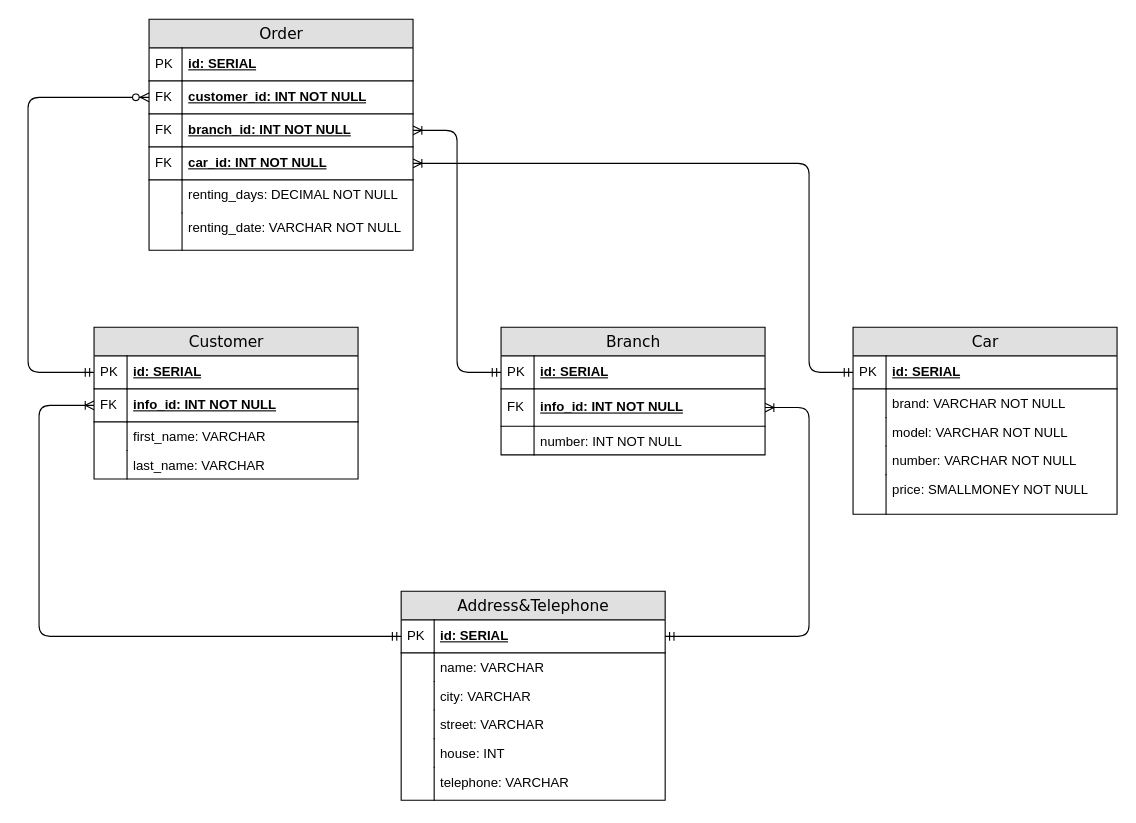
Before: databases/car-branches/3NF.drawio in banchinche/python-education, a draw.io diagram. Source tidied: cells renumbered, new cells numbered last; positions are measured from the earlier drawing's top-left corner, leaving out a move shared by most shapes. Both pictures are drawn from the tidied source at 110%, with x=0, y=0 at pixel (28, 19).
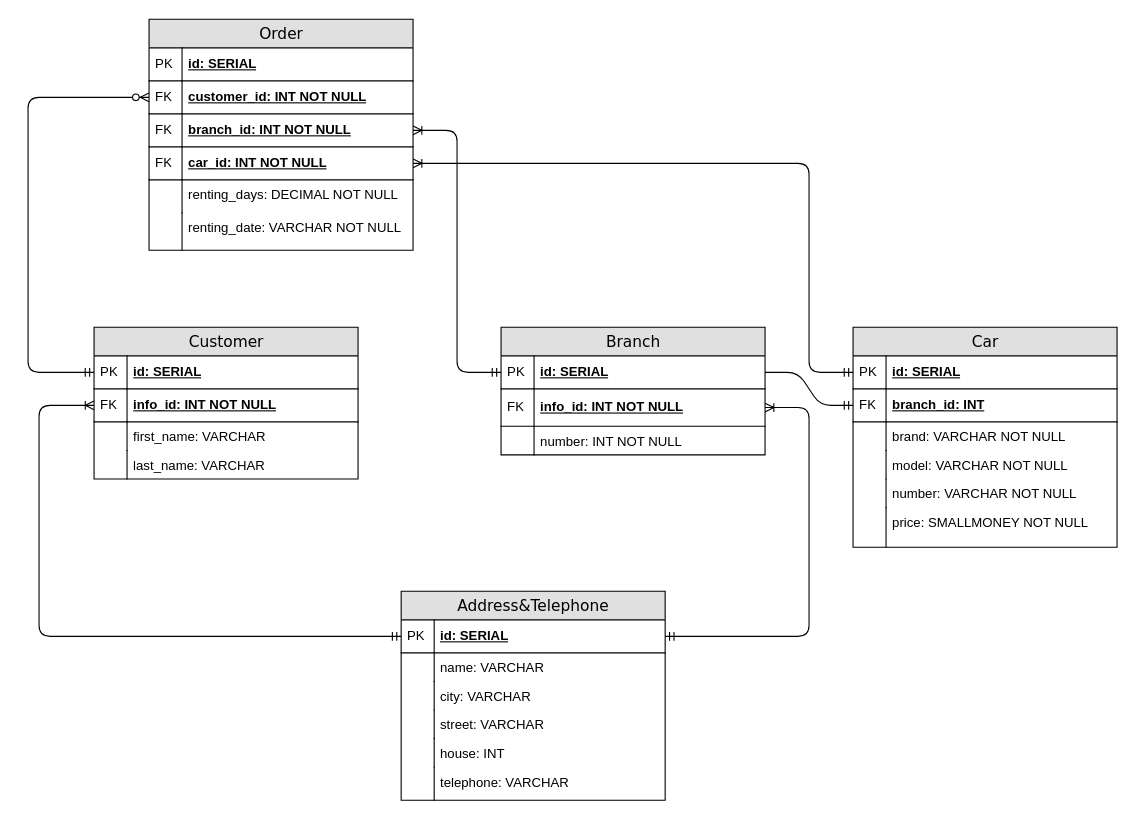
The same diagram, later.

Commit message:
Added branch relation to car entity

The change refers to these unchanged cells:
```xml
<mxCell id="3" value="id: SERIAL" style="shape=partialRectangle;top=0;left=0;right=0;bottom=1;html=1;align=left;verticalAlign=middle;fillColor=none;spacingLeft=34;spacingRight=4;whiteSpace=wrap;overflow=hidden;points=[[0,0.5],[1,0.5]];portConstraint=eastwest;fontStyle=5;" parent="2" vertex="1">
  <mxGeometry y="26" width="240" height="30" as="geometry" />
</mxCell>
```

What changed in the source:
```diff
@@
     <mxCell id="9" value="Car" style="swimlane;html=1;fontStyle=0;horizontal=1;startSize=26;fillColor=#e0e0e0;swimlaneFillColor=#ffffff;align=center;rounded=0;shadow=0;comic=0;labelBackgroundColor=none;strokeWidth=1;fontFamily=Verdana;fontSize=14;swimlaneLine=1;" parent="1" vertex="1">
-      <mxGeometry x="750" y="280" width="240" height="170" as="geometry" />
+      <mxGeometry x="750" y="280" width="240" height="200" as="geometry" />
     </mxCell>
@@
+    <mxCell id="60" value="branch_id: INT" style="shape=partialRectangle;top=0;left=0;right=0;bottom=1;html=1;align=left;verticalAlign=middle;fillColor=none;spacingLeft=34;spacingRight=4;whiteSpace=wrap;overflow=hidden;points=[[0,0.5],[1,0.5]];portConstraint=eastwest;fontStyle=5;" parent="9" vertex="1">
+      <mxGeometry y="56" width="240" height="30" as="geometry" />
+    </mxCell>
+    <mxCell id="61" value="FK" style="shape=partialRectangle;top=0;left=0;bottom=0;html=1;fillColor=none;align=left;verticalAlign=middle;spacingLeft=4;spacingRight=4;whiteSpace=wrap;overflow=hidden;" parent="60" vertex="1">
+      <mxGeometry width="30" height="30" as="geometry" />
+    </mxCell>
     <mxCell id="12" value="brand: VARCHAR NOT NULL" style="shape=partialRectangle;top=0;left=0;right=0;bottom=0;html=1;align=left;verticalAlign=top;fillColor=none;spacingLeft=34;spacingRight=4;whiteSpace=wrap;overflow=hidden;" parent="9" vertex="1">
-      <mxGeometry y="56" width="240" height="26" as="geometry" />
+      <mxGeometry y="86" width="240" height="26" as="geometry" />
     </mxCell>
@@
     <mxCell id="14" value="model: VARCHAR NOT NULL" style="shape=partialRectangle;top=0;left=0;right=0;bottom=0;html=1;align=left;verticalAlign=top;fillColor=none;spacingLeft=34;spacingRight=4;whiteSpace=wrap;overflow=hidden;" parent="9" vertex="1">
-      <mxGeometry y="82" width="240" height="26" as="geometry" />
+      <mxGeometry y="112" width="240" height="26" as="geometry" />
     </mxCell>
@@
     <mxCell id="16" value="number: VARCHAR NOT NULL" style="shape=partialRectangle;top=0;left=0;right=0;bottom=0;html=1;align=left;verticalAlign=top;fillColor=none;spacingLeft=34;spacingRight=4;whiteSpace=wrap;overflow=hidden;" parent="9" vertex="1">
-      <mxGeometry y="108" width="240" height="26" as="geometry" />
+      <mxGeometry y="138" width="240" height="26" as="geometry" />
     </mxCell>
@@
     <mxCell id="18" value="price: SMALLMONEY NOT NULL" style="shape=partialRectangle;top=0;left=0;right=0;bottom=0;html=1;align=left;verticalAlign=top;fillColor=none;spacingLeft=34;spacingRight=4;whiteSpace=wrap;overflow=hidden;" parent="9" vertex="1">
-      <mxGeometry y="134" width="240" height="36" as="geometry" />
+      <mxGeometry y="164" width="240" height="36" as="geometry" />
     </mxCell>
@@
+    <mxCell id="62" style="edgeStyle=entityRelationEdgeStyle;fontSize=12;html=1;endArrow=ERmandOne;exitX=1;exitY=0.5;exitDx=0;exitDy=0;entryX=0;entryY=0.5;entryDx=0;entryDy=0;" parent="1" edge="1" source="3" target="60">
+      <mxGeometry relative="1" as="geometry" />
+    </mxCell>
```
